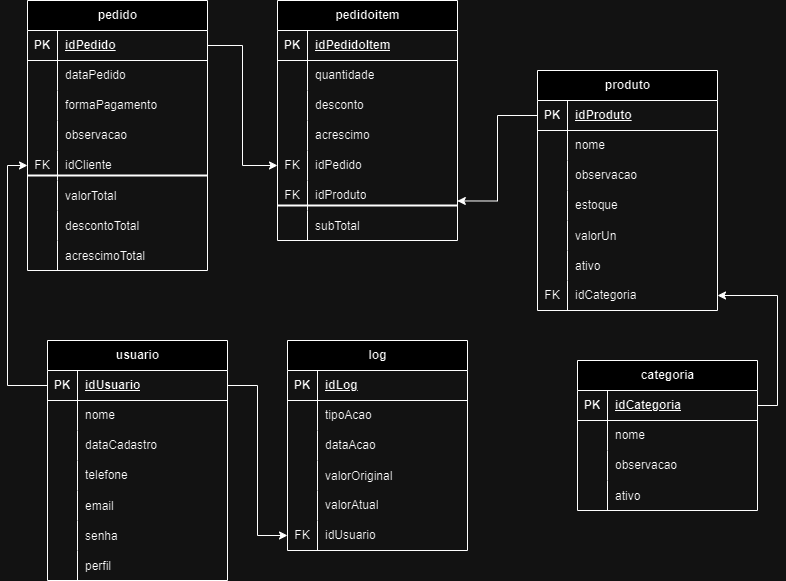
This is Trabalho Grupo 3 - API Restful.png from Monerat/Serratec-Projeto-APIRestfull-Grupo3, a draw.io export, as it was before one commit. Source tidied: cells renumbered, new cells last; positions are measured from the earlier drawing's top-left corner, leaving out a move shared by most shapes.
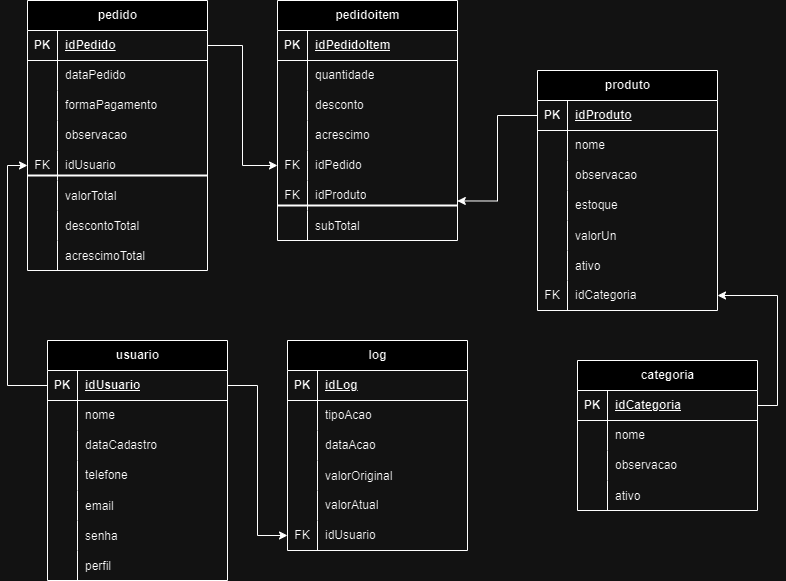
After the change.

Commit message:
bugfix: alterando 'idCLiente' para 'idUsuario' na entidade pedido

The edit, as a diff of the source:
```diff
@@ -362,7 +362,7 @@
     <mxCell id="121" value="FK" style="shape=partialRectangle;fillColor=none;top=0;left=0;bottom=0;right=0;fontStyle=0;overflow=hidden;whiteSpace=wrap;html=1;" parent="120" vertex="1">
       <mxGeometry width="30" height="30" as="geometry" />
     </mxCell>
-    <mxCell id="122" value="idCliente" style="shape=partialRectangle;fillColor=none;top=0;left=0;bottom=0;right=0;align=left;spacingLeft=6;fontStyle=0;overflow=hidden;whiteSpace=wrap;html=1;" parent="120" vertex="1">
+    <mxCell id="122" value="idUsuario" style="shape=partialRectangle;fillColor=none;top=0;left=0;bottom=0;right=0;align=left;spacingLeft=6;fontStyle=0;overflow=hidden;whiteSpace=wrap;html=1;" parent="120" vertex="1">
       <mxGeometry x="30" width="150" height="30" as="geometry" />
     </mxCell>
     <mxCell id="123" style="shape=tableRow;horizontal=0;startSize=0;swimlaneHead=0;swimlaneBody=0;fillColor=none;top=0;left=0;right=0;bottom=0;" parent="107" vertex="1">
```
